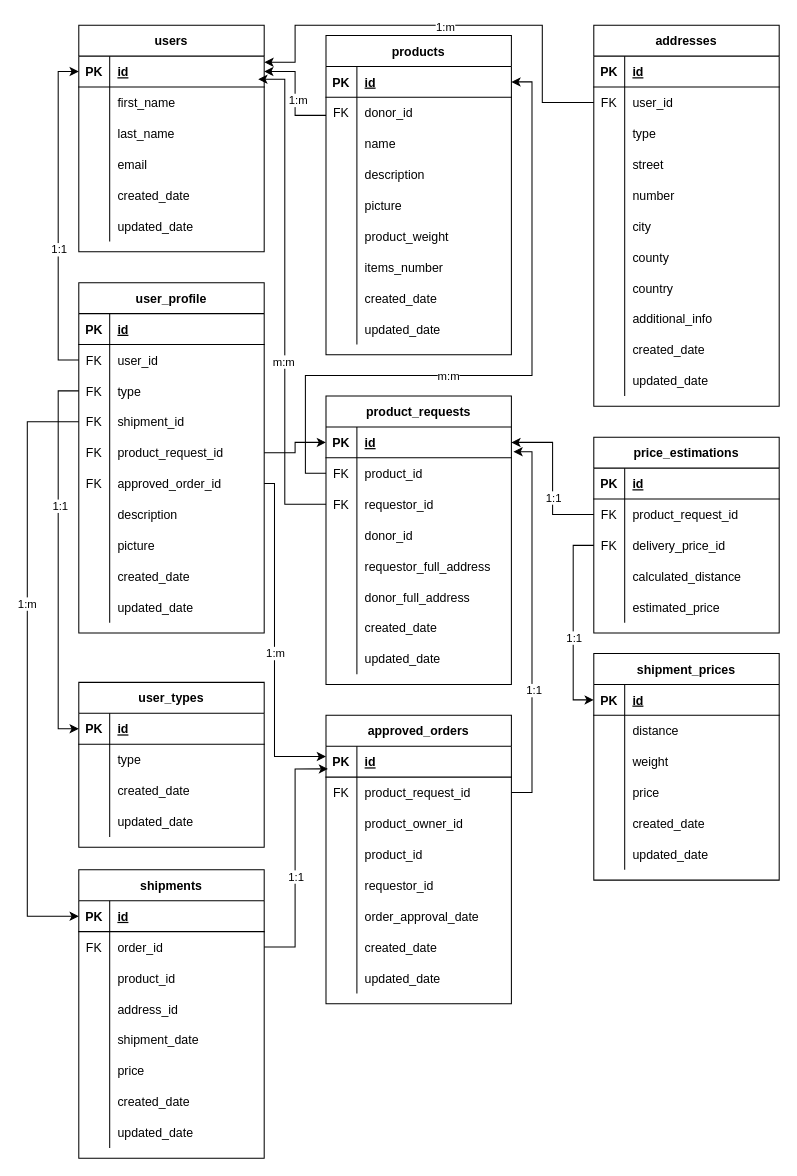
Above: donations_point.drawio in PixLix1/donations_point (draw.io), before the change. Source tidied: cells renumbered, new cells numbered last; positions are measured from the earlier drawing's top-left corner, leaving out a move shared by most shapes. Both pictures are drawn from the tidied source at 103%, with x=0, y=0 at pixel (27, 25).
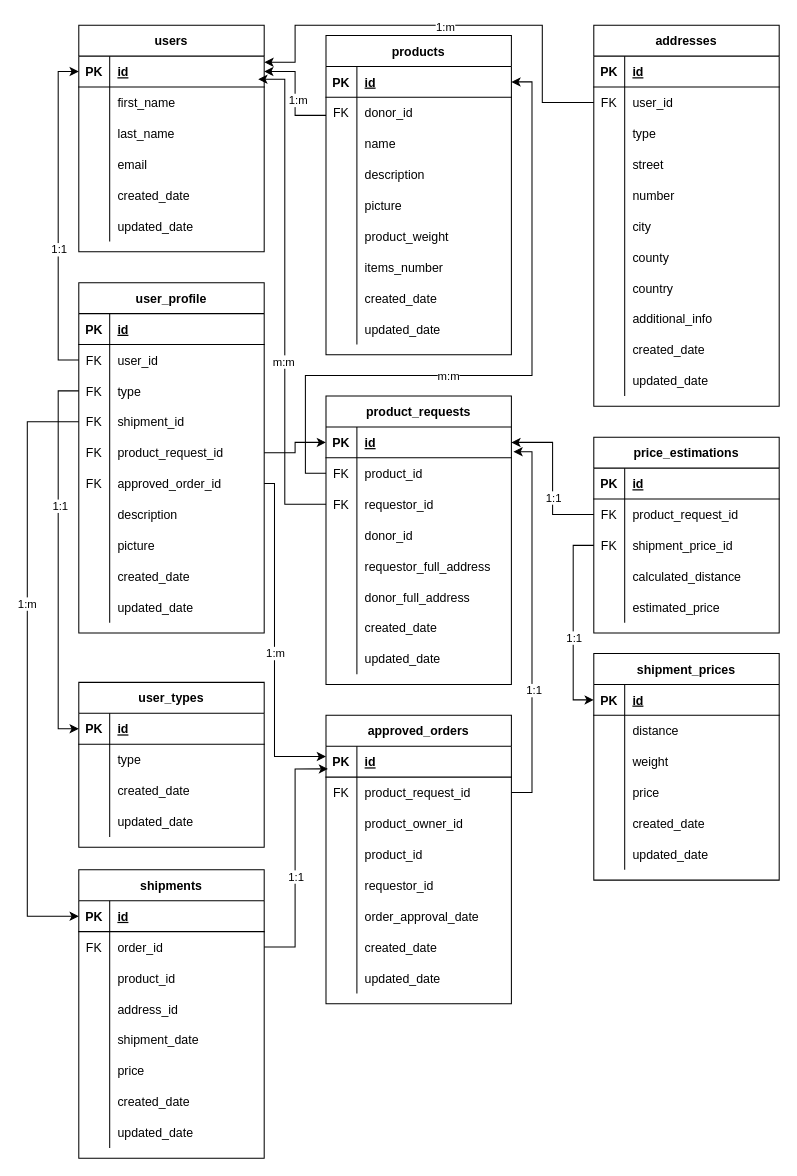
The same page after the edit.

The change refers to these unchanged cells:
```xml
<mxCell id="208" style="shape=partialRectangle;fillColor=none;top=0;left=0;bottom=0;right=0;points=[[0,0.5],[1,0.5]];portConstraint=eastwest;" parent="201" vertex="1">
  <mxGeometry y="90" width="180" height="30" as="geometry" />
</mxCell>
```

The edit, as a diff of the source:
```diff
@@
-    <mxCell id="210" value="delivery_price_id" style="shape=partialRectangle;fillColor=none;top=0;left=0;bottom=0;right=0;align=left;spacingLeft=6;overflow=hidden;" parent="208" vertex="1">
+    <mxCell id="210" value="shipment_price_id" style="shape=partialRectangle;fillColor=none;top=0;left=0;bottom=0;right=0;align=left;spacingLeft=6;overflow=hidden;" parent="208" vertex="1">
       <mxGeometry x="30" width="150" height="30" as="geometry" />
     </mxCell>
```
